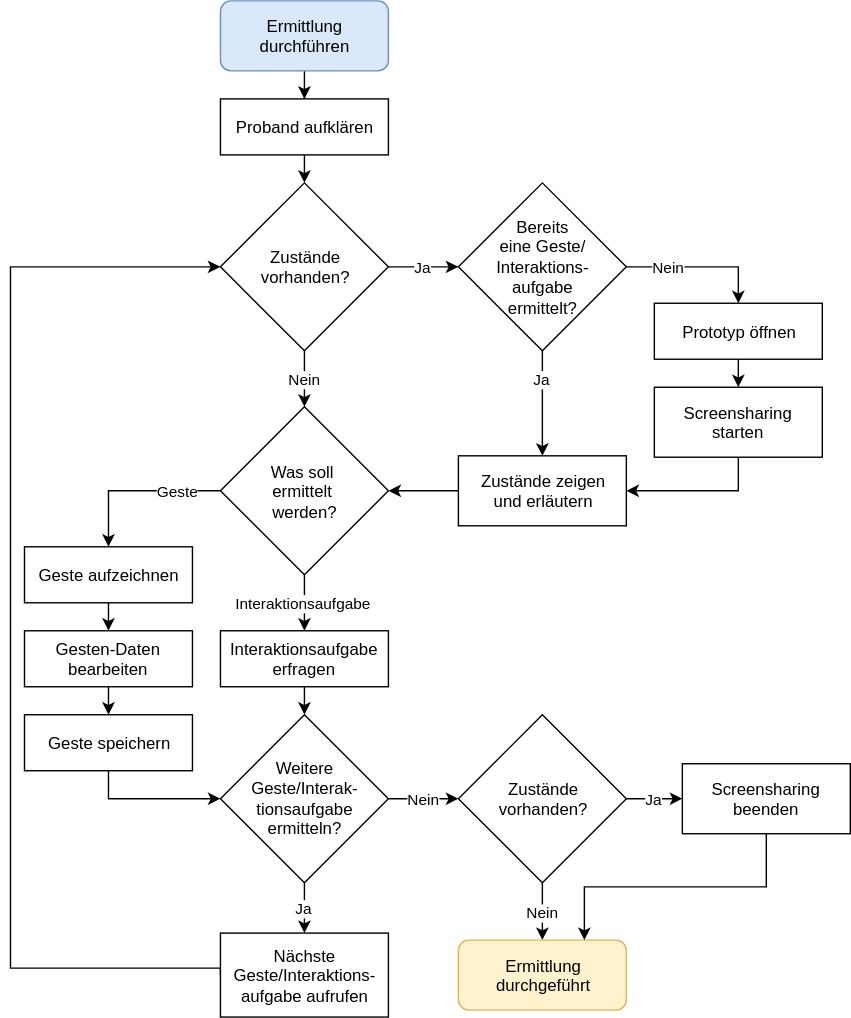
This is img/de/introduction/study-preview/elicitation.svg from danielkuenkel/gesturenote, a draw.io export, as it was before one commit. Source tidied: cells renumbered, new cells last; positions are measured from the earlier drawing's top-left corner, leaving out a move shared by most shapes.
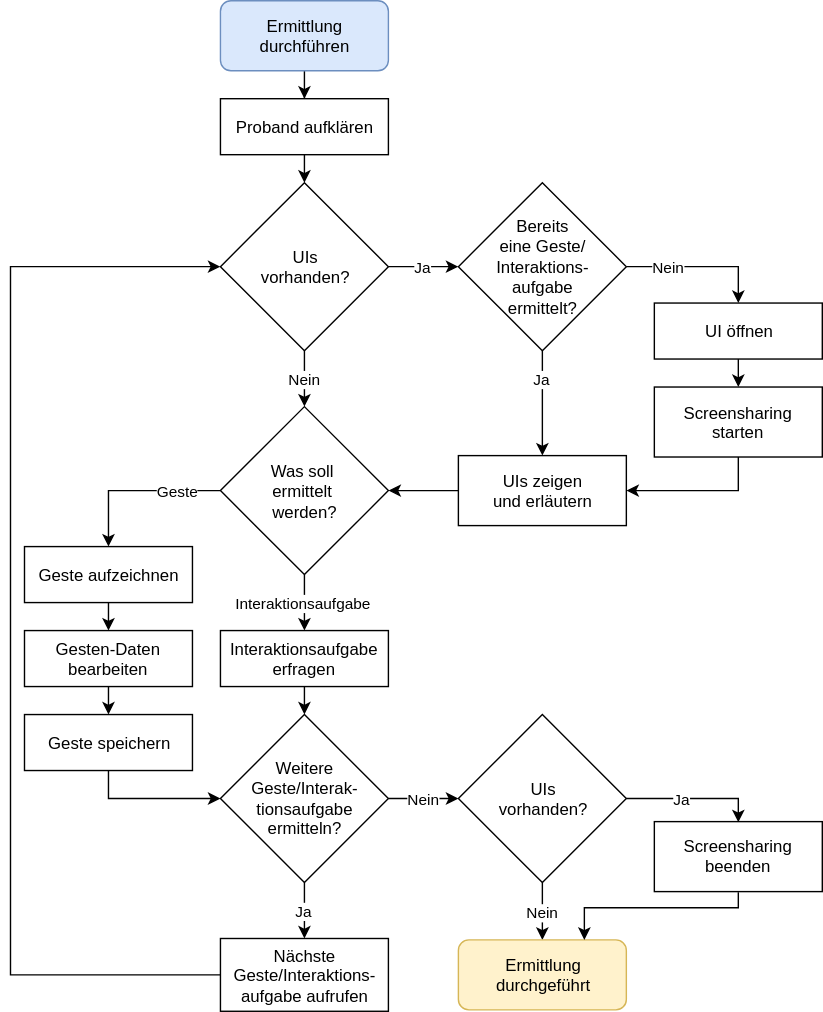
Later version of the same file.

Change to the diagram source:
```diff
@@ -20,13 +20,13 @@
     <mxCell id="7" value="Nein" style="edgeStyle=orthogonalEdgeStyle;rounded=0;comic=0;html=1;exitX=0.5;exitY=1;entryX=0.5;entryY=0;shadow=0;jettySize=auto;" parent="1" edge="1" source="8" target="31">
       <mxGeometry relative="1" as="geometry" />
     </mxCell>
-    <mxCell id="8" value="Zustände&lt;div&gt;vorhanden?&lt;/div&gt;" style="rhombus;whiteSpace=wrap;html=1;" parent="1" vertex="1">
+    <mxCell id="8" value="UIs&lt;div&gt;vorhanden?&lt;/div&gt;" style="rhombus;whiteSpace=wrap;html=1;" parent="1" vertex="1">
       <mxGeometry x="150" y="130" width="120" height="120" as="geometry" />
     </mxCell>
     <mxCell id="9" style="edgeStyle=orthogonalEdgeStyle;rounded=0;comic=0;html=1;exitX=0.5;exitY=1;entryX=0.5;entryY=0;shadow=0;jettySize=auto;" parent="1" edge="1" source="10" target="12">
       <mxGeometry relative="1" as="geometry" />
     </mxCell>
-    <mxCell id="10" value="Prototyp öffnen" style="rounded=0;whiteSpace=wrap;html=1;" parent="1" vertex="1">
+    <mxCell id="10" value="UI öffnen" style="rounded=0;whiteSpace=wrap;html=1;" parent="1" vertex="1">
       <mxGeometry x="460" y="216" width="120" height="40" as="geometry" />
     </mxCell>
     <mxCell id="11" style="edgeStyle=orthogonalEdgeStyle;rounded=0;comic=0;html=1;exitX=0.5;exitY=1;entryX=1;entryY=0.5;shadow=0;jettySize=auto;" parent="1" edge="1" source="12" target="14">
@@ -38,7 +38,7 @@
     <mxCell id="13" style="edgeStyle=orthogonalEdgeStyle;rounded=0;comic=0;html=1;exitX=0;exitY=0.5;entryX=1;entryY=0.5;shadow=0;jettySize=auto;" parent="1" edge="1" source="14" target="31">
       <mxGeometry relative="1" as="geometry" />
     </mxCell>
-    <mxCell id="14" value="Zustände zeigen&lt;div&gt;und erläutern&lt;/div&gt;" style="rounded=0;whiteSpace=wrap;html=1;" parent="1" vertex="1">
+    <mxCell id="14" value="UIs zeigen&lt;div&gt;und erläutern&lt;/div&gt;" style="rounded=0;whiteSpace=wrap;html=1;" parent="1" vertex="1">
       <mxGeometry x="320" y="325" width="120" height="50" as="geometry" />
     </mxCell>
     <mxCell id="15" value="Nein" style="edgeStyle=orthogonalEdgeStyle;rounded=0;comic=0;html=1;exitX=1;exitY=0.5;entryX=0;entryY=0.5;shadow=0;jettySize=auto;" parent="1" edge="1" source="17" target="20">
@@ -50,35 +50,43 @@
     <mxCell id="17" value="Weitere&lt;div&gt;Geste/Interak-&lt;/div&gt;&lt;div&gt;tionsaufgabe&lt;/div&gt;&lt;div&gt;ermitteln?&lt;/div&gt;" style="rhombus;whiteSpace=wrap;html=1;" parent="1" vertex="1">
       <mxGeometry x="150" y="510" width="120" height="120" as="geometry" />
     </mxCell>
-    <mxCell id="18" value="Ja" style="edgeStyle=orthogonalEdgeStyle;rounded=0;comic=0;html=1;exitX=1;exitY=0.5;entryX=0;entryY=0.5;shadow=0;jettySize=auto;" parent="1" edge="1" source="20" target="23">
-      <mxGeometry relative="1" as="geometry" />
+    <mxCell id="18" value="Ja" style="edgeStyle=orthogonalEdgeStyle;rounded=0;comic=0;html=1;exitX=1;exitY=0.5;entryX=0.5;entryY=0;shadow=0;jettySize=auto;" parent="1" edge="1" source="20" target="23">
+      <mxGeometry x="-0.18" relative="1" as="geometry">
+        <Array as="points">
+          <mxPoint x="520" y="570" />
+        </Array>
+      </mxGeometry>
     </mxCell>
     <mxCell id="19" value="Nein" style="edgeStyle=orthogonalEdgeStyle;rounded=0;comic=0;html=1;exitX=0.5;exitY=1;entryX=0.5;entryY=0;shadow=0;jettySize=auto;" parent="1" edge="1" source="20" target="21">
       <mxGeometry relative="1" as="geometry" />
     </mxCell>
-    <mxCell id="20" value="Zustände&lt;div&gt;vorhanden?&lt;/div&gt;" style="rhombus;whiteSpace=wrap;html=1;" parent="1" vertex="1">
+    <mxCell id="20" value="UIs&lt;div&gt;vorhanden?&lt;/div&gt;" style="rhombus;whiteSpace=wrap;html=1;" parent="1" vertex="1">
       <mxGeometry x="320" y="510" width="120" height="120" as="geometry" />
     </mxCell>
     <mxCell id="21" value="Ermittlung&lt;div&gt;durchgeführt&lt;/div&gt;" style="rounded=1;whiteSpace=wrap;html=1;fillColor=#fff2cc;strokeColor=#d6b656;" parent="1" vertex="1">
       <mxGeometry x="320" y="671" width="120" height="50" as="geometry" />
     </mxCell>
     <mxCell id="22" style="edgeStyle=orthogonalEdgeStyle;rounded=0;comic=0;html=1;exitX=0.5;exitY=1;entryX=0.75;entryY=0;shadow=0;jettySize=auto;" parent="1" edge="1" source="23" target="21">
-      <mxGeometry relative="1" as="geometry" />
+      <mxGeometry relative="1" as="geometry">
+        <Array as="points">
+          <mxPoint x="520" y="648" />
+          <mxPoint x="410" y="648" />
+        </Array>
+      </mxGeometry>
     </mxCell>
     <mxCell id="23" value="Screensharing beenden" style="rounded=0;whiteSpace=wrap;html=1;" parent="1" vertex="1">
-      <mxGeometry x="480" y="545" width="120" height="50" as="geometry" />
+      <mxGeometry x="460" y="586.5" width="120" height="50" as="geometry" />
     </mxCell>
     <mxCell id="24" style="edgeStyle=orthogonalEdgeStyle;rounded=0;comic=0;html=1;exitX=0;exitY=0.5;entryX=0;entryY=0.5;shadow=0;jettySize=auto;" parent="1" edge="1" source="25" target="8">
       <mxGeometry relative="1" as="geometry">
         <Array as="points">
-          <mxPoint x="150" y="691" />
-          <mxPoint y="691" />
+          <mxPoint y="696" />
           <mxPoint y="190" />
         </Array>
       </mxGeometry>
     </mxCell>
     <mxCell id="25" value="Nächste&lt;div&gt;Geste/Interaktions-&lt;/div&gt;&lt;div&gt;aufgabe aufrufen&lt;/div&gt;" style="rounded=0;whiteSpace=wrap;html=1;" parent="1" vertex="1">
-      <mxGeometry x="150" y="666" width="120" height="60" as="geometry" />
+      <mxGeometry x="150" y="670" width="120" height="52" as="geometry" />
     </mxCell>
     <mxCell id="26" value="Nein" style="edgeStyle=orthogonalEdgeStyle;rounded=0;comic=0;html=1;exitX=1;exitY=0.5;entryX=0.5;entryY=0;shadow=0;jettySize=auto;" parent="1" edge="1" source="28" target="10">
       <mxGeometry x="-0.43" relative="1" as="geometry">
```
